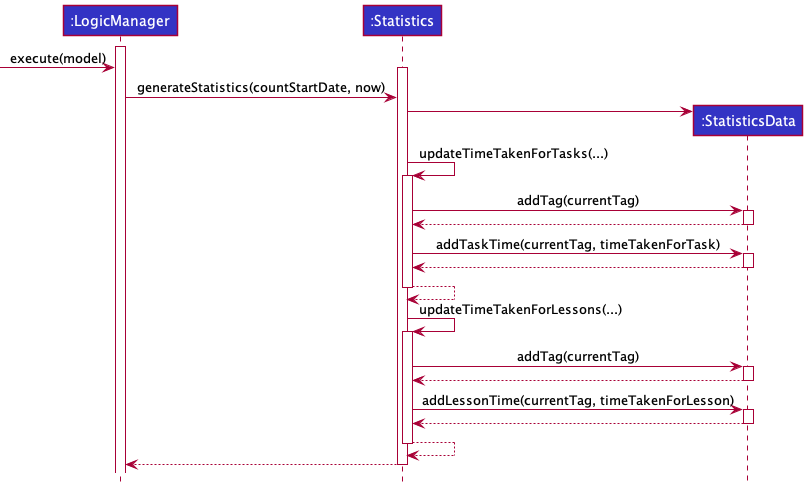
nus-cs2103-AY2021S1/tp keeps this PlantUML diagram as docs/images/StatsDataSequenceDiagram.png. Above is the earlier version.
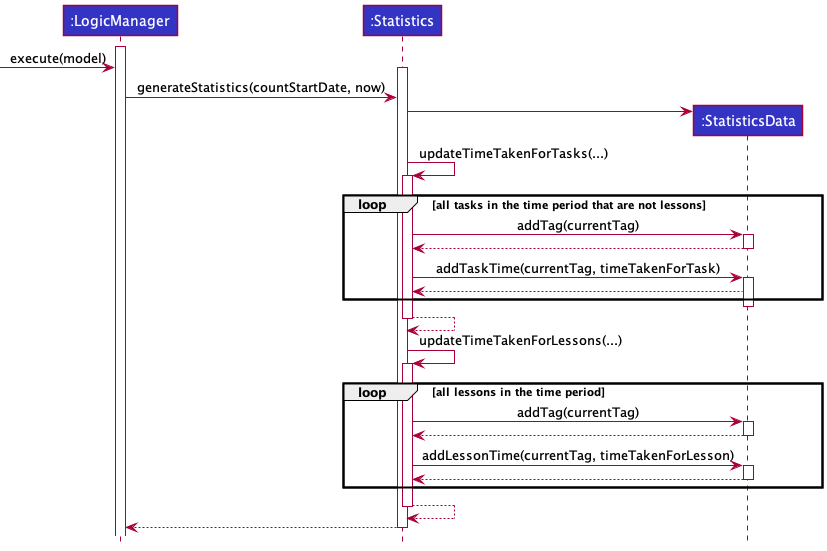
The same file after the commit.

Commit message:
update sequence diagram

Diff of the diagram source:
```diff
@@ -13,6 +13,7 @@
 stats -> std
 stats -> stats: updateTimeTakenForTasks(...)
 activate stats
+loop all tasks in the time period that are not lessons
 stats -> std: addTag(currentTag)
 activate std
 std --> stats
@@ -20,11 +21,13 @@
 stats -> std: addTaskTime(currentTag, timeTakenForTask)
 activate std
 std --> stats
+end
 deactivate std
 return
+
 stats -> stats: updateTimeTakenForLessons(...)
-
 activate stats
+loop all lessons in the time period
 stats -> std: addTag(currentTag)
 activate std
 std --> stats
@@ -33,6 +36,7 @@
 activate std
 std --> stats
 deactivate std
+end
 return
 stats --> logic
 deactivate stats
```
